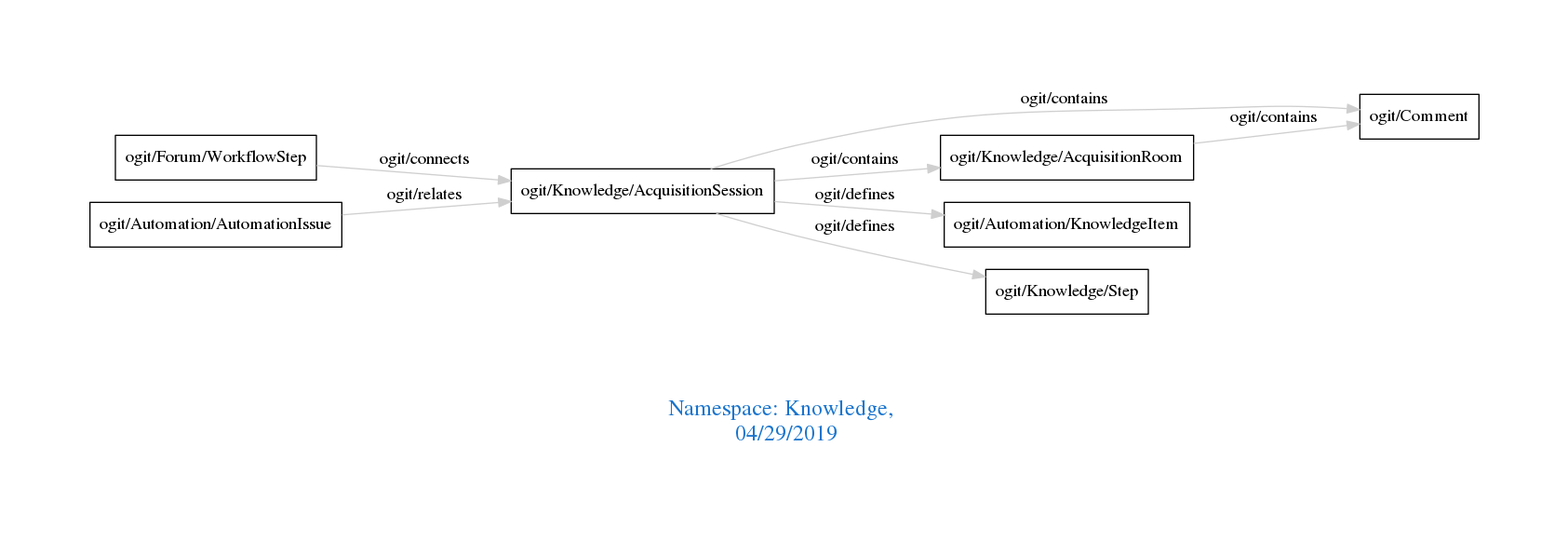
Above: downloads/Knowledge.png in arago/OGIT (Graphviz), before the change. Its source is kept beside it as downloads/Knowledge.dot.
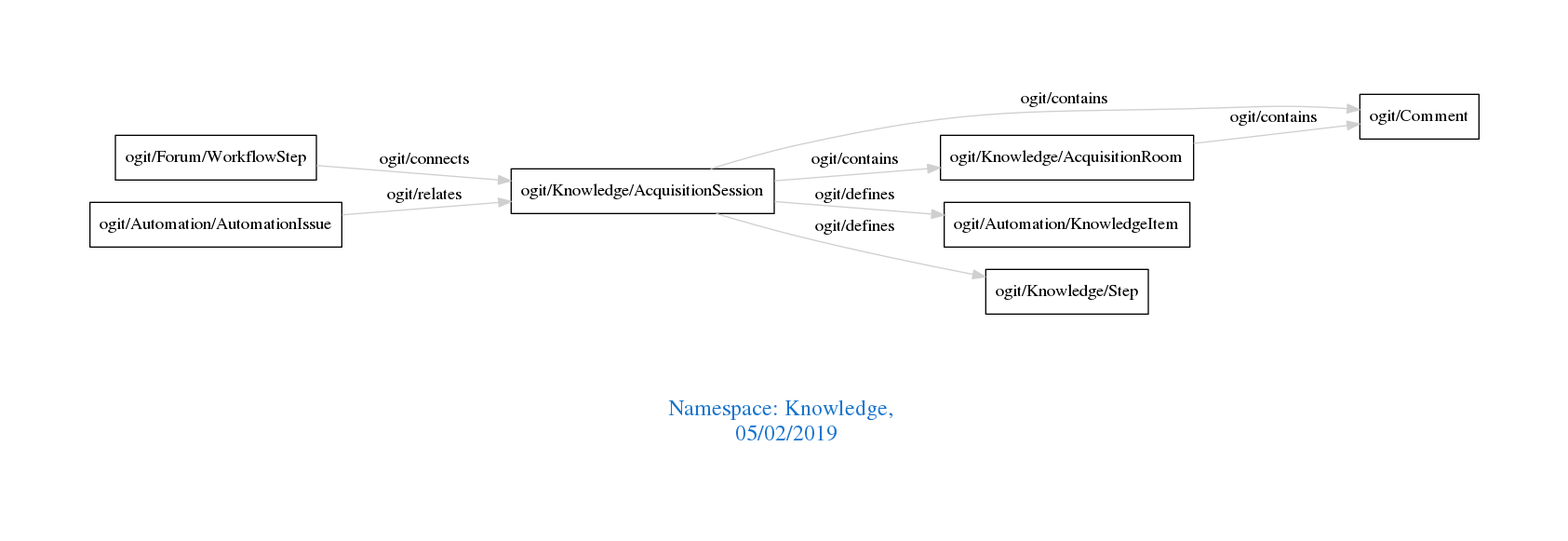
Later version of the same file.

Diff of the diagram source:
```diff
@@ -1,7 +1,7 @@
 digraph OGIT_ontology {
  graph [ rankdir= LR,pad=1
 fontsize = 18,
-fontcolor= dodgerblue3,label = "\n\n\nNamespace: Knowledge, \n 04/29/2019"];
+fontcolor= dodgerblue3,label = "\n\n\nNamespace: Knowledge, \n 05/02/2019"];
 node[shape=polygon];
 edge [  color="gray81"];
 
```
